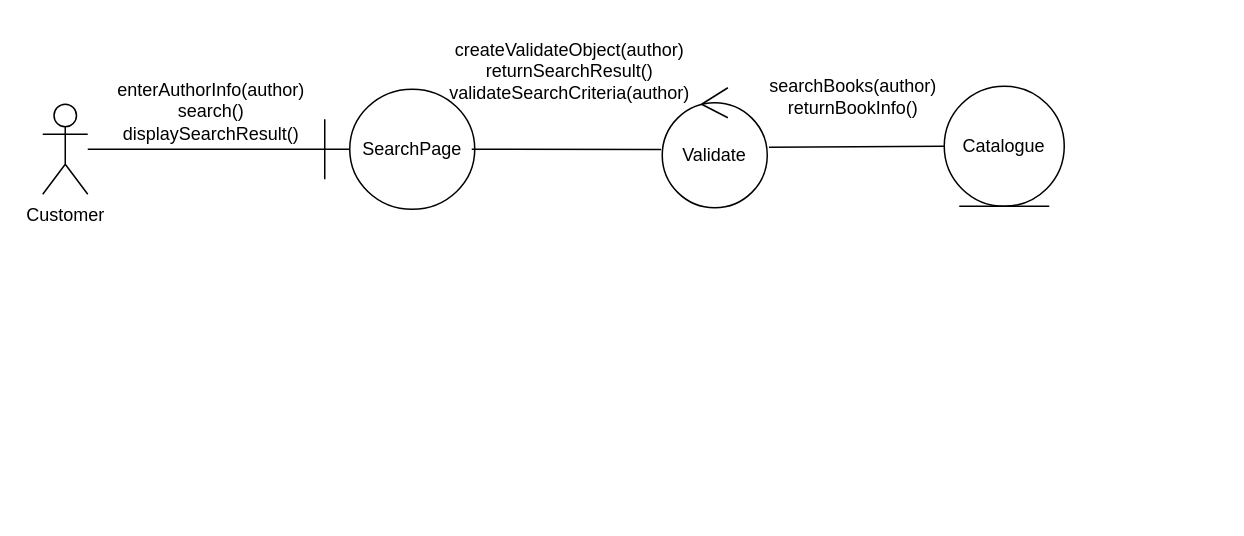
Above: wia2002tuto6q5d.drawio in justn0thinghere/drawio (draw.io), before the change. Source tidied: cells renumbered, new cells numbered last; positions are measured from the earlier drawing's top-left corner, leaving out a move shared by most shapes. Both pictures are drawn from the tidied source at 150%, with x=0, y=0 at pixel (42, 26).
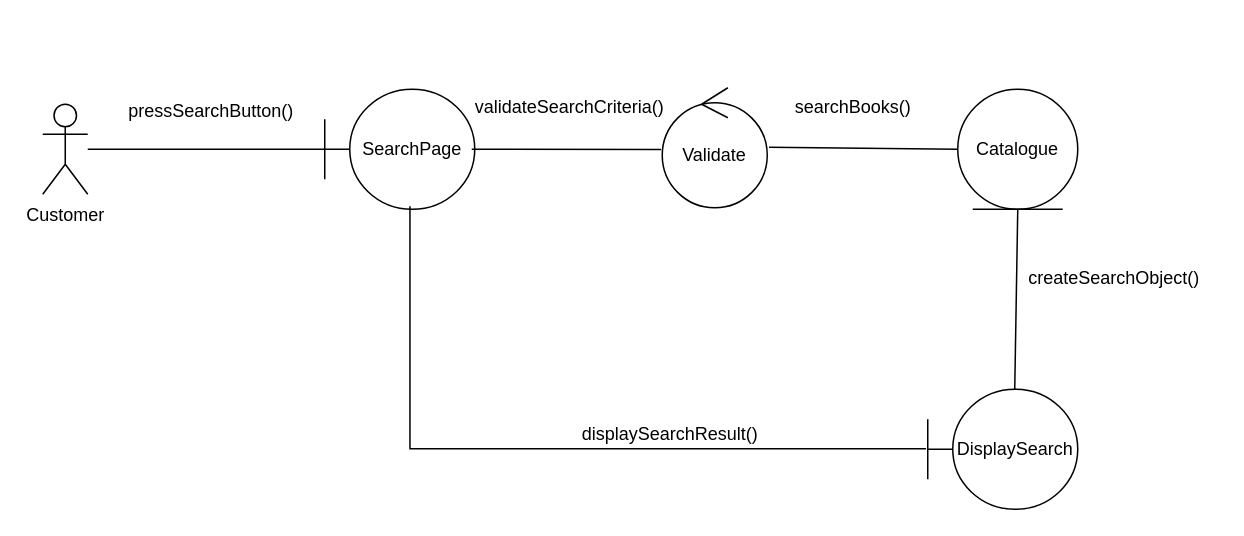
The same page after the edit.

The edit, as a diff of the source:
```diff
@@
 <mxGraphModel>
   <root>
     <mxCell id="0" />
     <mxCell id="1" parent="0" />
     <mxCell id="2" value="Customer" style="shape=umlActor;verticalLabelPosition=bottom;verticalAlign=top;html=1;" parent="1" vertex="1">
       <mxGeometry y="52" width="30" height="60" as="geometry" />
     </mxCell>
     <mxCell id="3" value="SearchPage" style="shape=umlBoundary;whiteSpace=wrap;html=1;" parent="1" vertex="1">
       <mxGeometry x="188" y="42" width="100" height="80" as="geometry" />
     </mxCell>
     <mxCell id="4" value="Validate" style="ellipse;shape=umlControl;whiteSpace=wrap;html=1;" parent="1" vertex="1">
       <mxGeometry x="413" y="41" width="70" height="80" as="geometry" />
     </mxCell>
     <mxCell id="5" value="Catalogue" style="ellipse;shape=umlEntity;whiteSpace=wrap;html=1;" parent="1" vertex="1">
-      <mxGeometry x="601" y="40" width="80" height="80" as="geometry" />
+      <mxGeometry x="610" y="42" width="80" height="80" as="geometry" />
     </mxCell>
     <mxCell id="6" style="endArrow=none;html=1;rounded=0;entryX=0;entryY=0.5;entryDx=0;entryDy=0;entryPerimeter=0;" parent="1" edge="1" source="2" target="3">
       <mxGeometry relative="1" as="geometry" />
     </mxCell>
     <mxCell id="7" style="endArrow=none;html=1;rounded=0;entryX=-0.011;entryY=0.515;entryDx=0;entryDy=0;entryPerimeter=0;" parent="1" edge="1" target="4">
       <mxGeometry relative="1" as="geometry">
         <mxPoint x="286" y="82" as="sourcePoint" />
       </mxGeometry>
     </mxCell>
     <mxCell id="8" style="endArrow=none;html=1;rounded=0;exitX=1.017;exitY=0.495;exitDx=0;exitDy=0;exitPerimeter=0;entryX=0;entryY=0.5;entryDx=0;entryDy=0;" parent="1" edge="1" source="4" target="5">
       <mxGeometry relative="1" as="geometry" />
     </mxCell>
-    <mxCell id="9" value="enterAuthorInfo(author)&lt;div&gt;search()&lt;/div&gt;&lt;div&gt;displaySearchResult()&lt;/div&gt;" style="text;html=1;align=center;verticalAlign=middle;strokeColor=none;fillColor=none;" parent="1" vertex="1">
-      <mxGeometry x="37" y="27" width="150" height="60" as="geometry" />
+    <mxCell id="9" value="&lt;div&gt;pressSearchButton()&lt;/div&gt;" style="text;html=1;align=center;verticalAlign=middle;strokeColor=none;fillColor=none;" parent="1" vertex="1">
+      <mxGeometry x="47" y="42" width="130" height="30" as="geometry" />
     </mxCell>
-    <mxCell id="10" value="createValidateObject(author)&lt;div&gt;returnSearchResult()&lt;/div&gt;&lt;div&gt;validateSearchCriteria(author)&lt;/div&gt;" style="text;html=1;align=center;verticalAlign=middle;strokeColor=none;fillColor=none;" parent="1" vertex="1">
-      <mxGeometry x="261" width="180" height="60" as="geometry" />
+    <mxCell id="10" value="&lt;div&gt;&lt;span style=&quot;background-color: initial;&quot;&gt;validateSearchCriteria()&lt;/span&gt;&lt;/div&gt;" style="text;html=1;align=center;verticalAlign=middle;strokeColor=none;fillColor=none;" parent="1" vertex="1">
+      <mxGeometry x="276" y="39" width="150" height="30" as="geometry" />
     </mxCell>
-    <mxCell id="11" value="searchBooks(author)&lt;div&gt;returnBookInfo()&lt;/div&gt;" style="text;html=1;align=center;verticalAlign=middle;strokeColor=none;fillColor=none;" parent="1" vertex="1">
-      <mxGeometry x="475" y="27" width="130" height="40" as="geometry" />
+    <mxCell id="11" value="searchBooks()" style="text;html=1;align=center;verticalAlign=middle;strokeColor=none;fillColor=none;" parent="1" vertex="1">
+      <mxGeometry x="490" y="39" width="100" height="30" as="geometry" />
     </mxCell>
+    <mxCell id="12" style="endArrow=none;html=1;rounded=0;entryX=0.5;entryY=1;entryDx=0;entryDy=0;" parent="1" edge="1" target="5">
+      <mxGeometry relative="1" as="geometry">
+        <mxPoint x="648" y="242" as="sourcePoint" />
+      </mxGeometry>
+    </mxCell>
+    <mxCell id="13" value="DisplaySearch" style="shape=umlBoundary;whiteSpace=wrap;html=1;" parent="1" vertex="1">
+      <mxGeometry x="590" y="242" width="100" height="80" as="geometry" />
+    </mxCell>
+    <mxCell id="14" value="createSearchObject()" style="text;html=1;align=center;verticalAlign=middle;strokeColor=none;fillColor=none;" parent="1" vertex="1">
+      <mxGeometry x="644" y="153" width="140" height="30" as="geometry" />
+    </mxCell>
+    <mxCell id="15" style="endArrow=none;html=1;rounded=0;entryX=0.568;entryY=0.975;entryDx=0;entryDy=0;entryPerimeter=0;exitX=-0.012;exitY=0.495;exitDx=0;exitDy=0;exitPerimeter=0;edgeStyle=orthogonalEdgeStyle;" parent="1" edge="1" source="13" target="3">
+      <mxGeometry relative="1" as="geometry" />
+    </mxCell>
+    <mxCell id="16" value="displaySearchResult()" style="text;html=1;align=center;verticalAlign=middle;strokeColor=none;fillColor=none;" parent="1" vertex="1">
+      <mxGeometry x="348" y="257" width="140" height="30" as="geometry" />
+    </mxCell>
   </root>
 </mxGraphModel>
```
